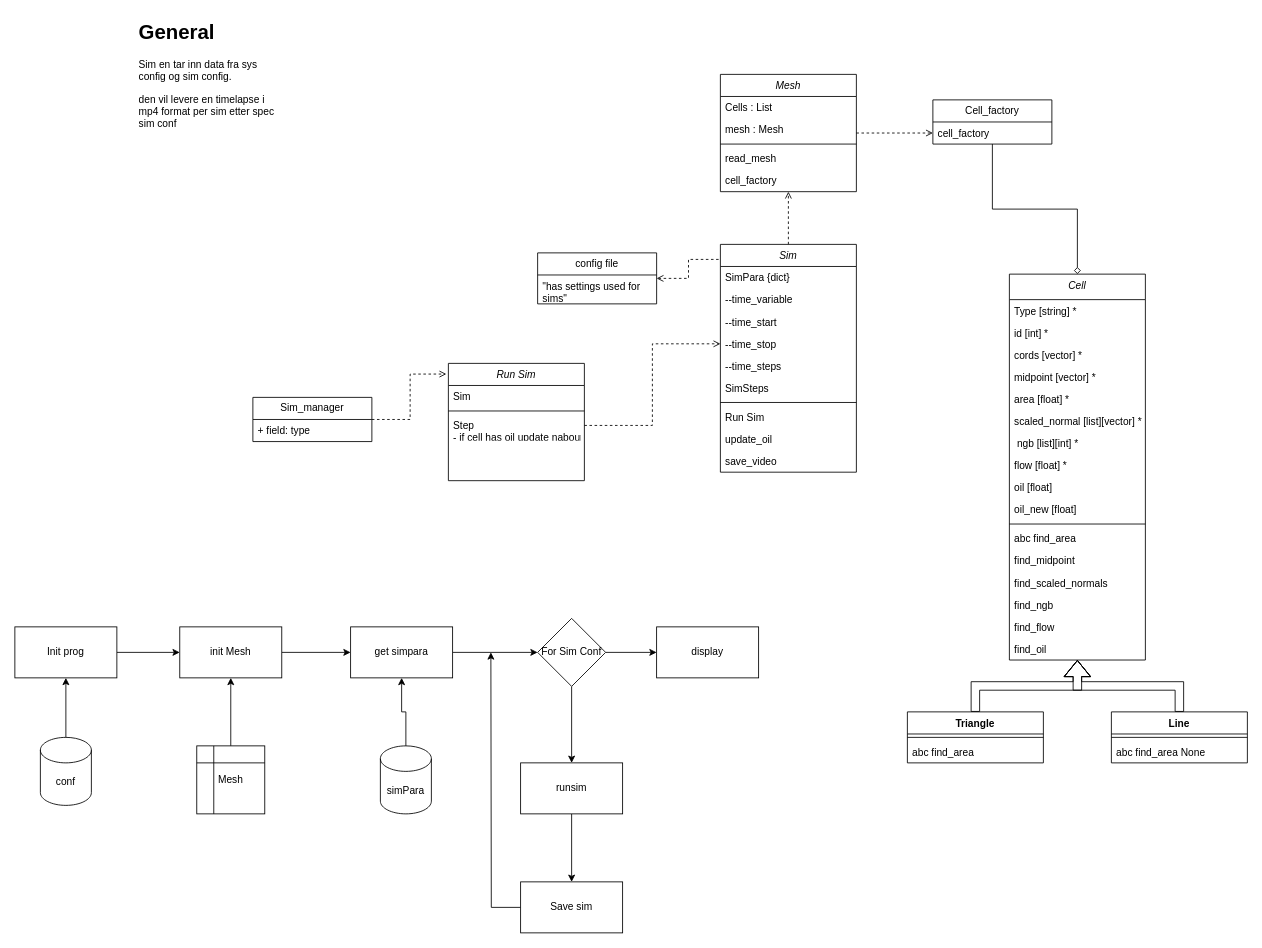
Earlier version of the draw.io diagram SYS Diagram.drawio (B-rage04/INF202_Gruppe5). Source tidied: cells renumbered, new cells numbered last; positions are measured from the earlier drawing's top-left corner, leaving out a move shared by most shapes. Both pictures are drawn from the tidied source at 85%, with x=0, y=0 at pixel (14, 14).
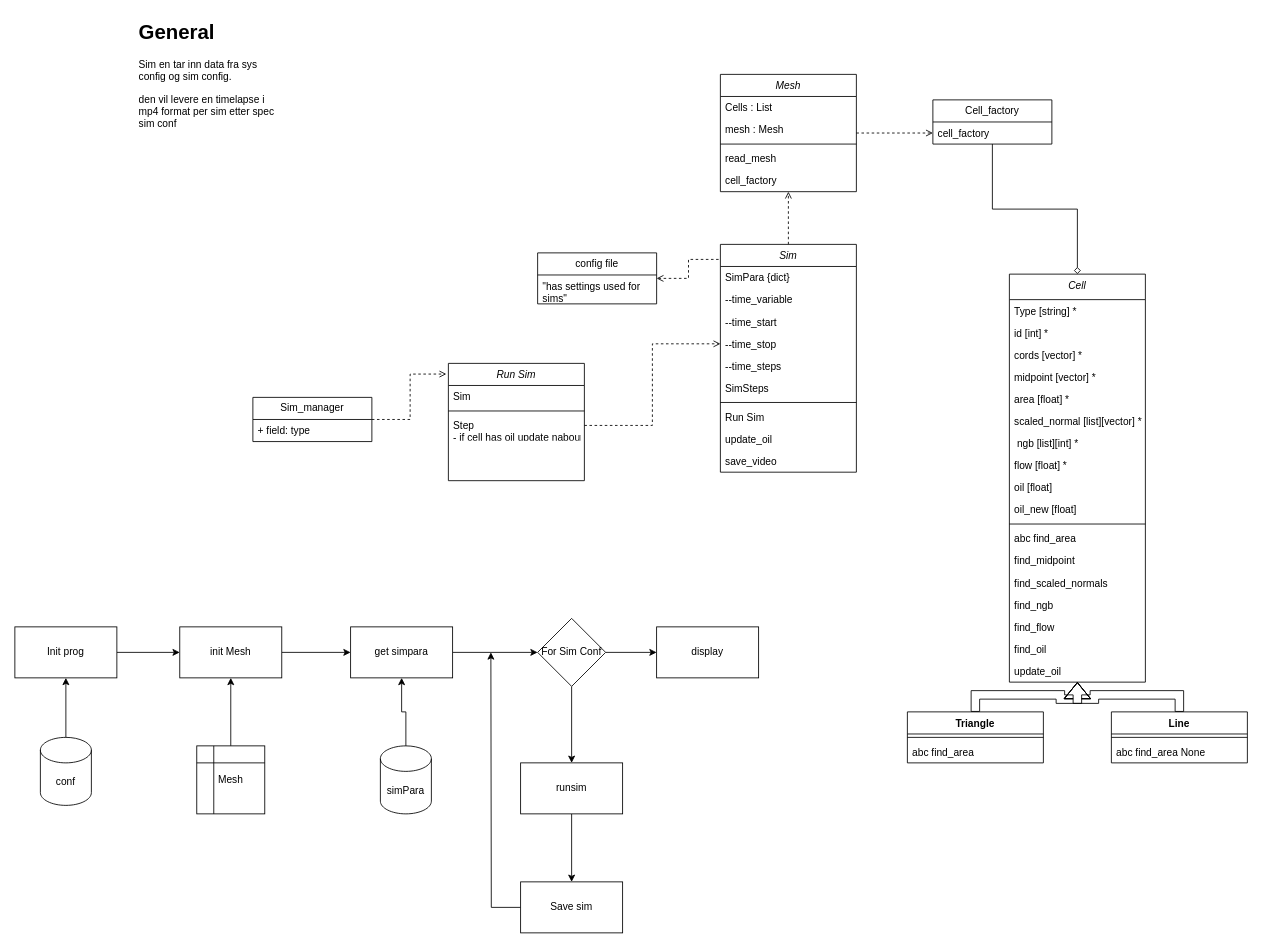
The same page after the edit.

Diff of the diagram source:
```diff
@@
     <mxCell id="46" value="Cell" style="swimlane;fontStyle=2;align=center;verticalAlign=top;horizontal=1;startSize=30;rounded=0;shadow=0;strokeWidth=1;" parent="1" vertex="1">
-      <mxGeometry x="1170" y="305" width="160" height="454" as="geometry" />
+      <mxGeometry x="1170" y="305" width="160" height="480" as="geometry" />
     </mxCell>
@@
+    <mxCell id="82" value="update_oil" style="text;align=left;verticalAlign=top;spacingLeft=4;spacingRight=4;overflow=hidden;rounded=0;shadow=0;html=0;" parent="46" vertex="1">
+      <mxGeometry y="454" width="160" height="26" as="geometry" />
+    </mxCell>
```
